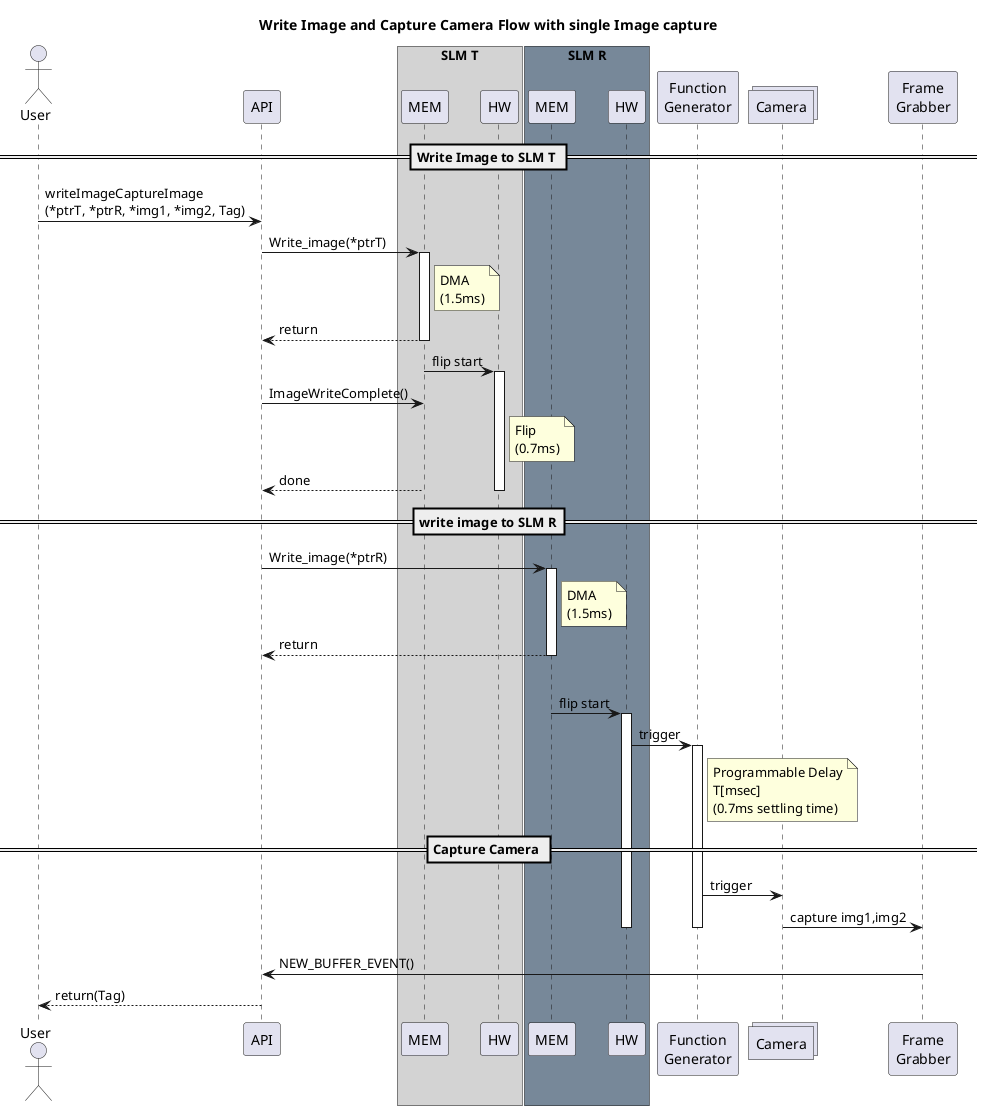
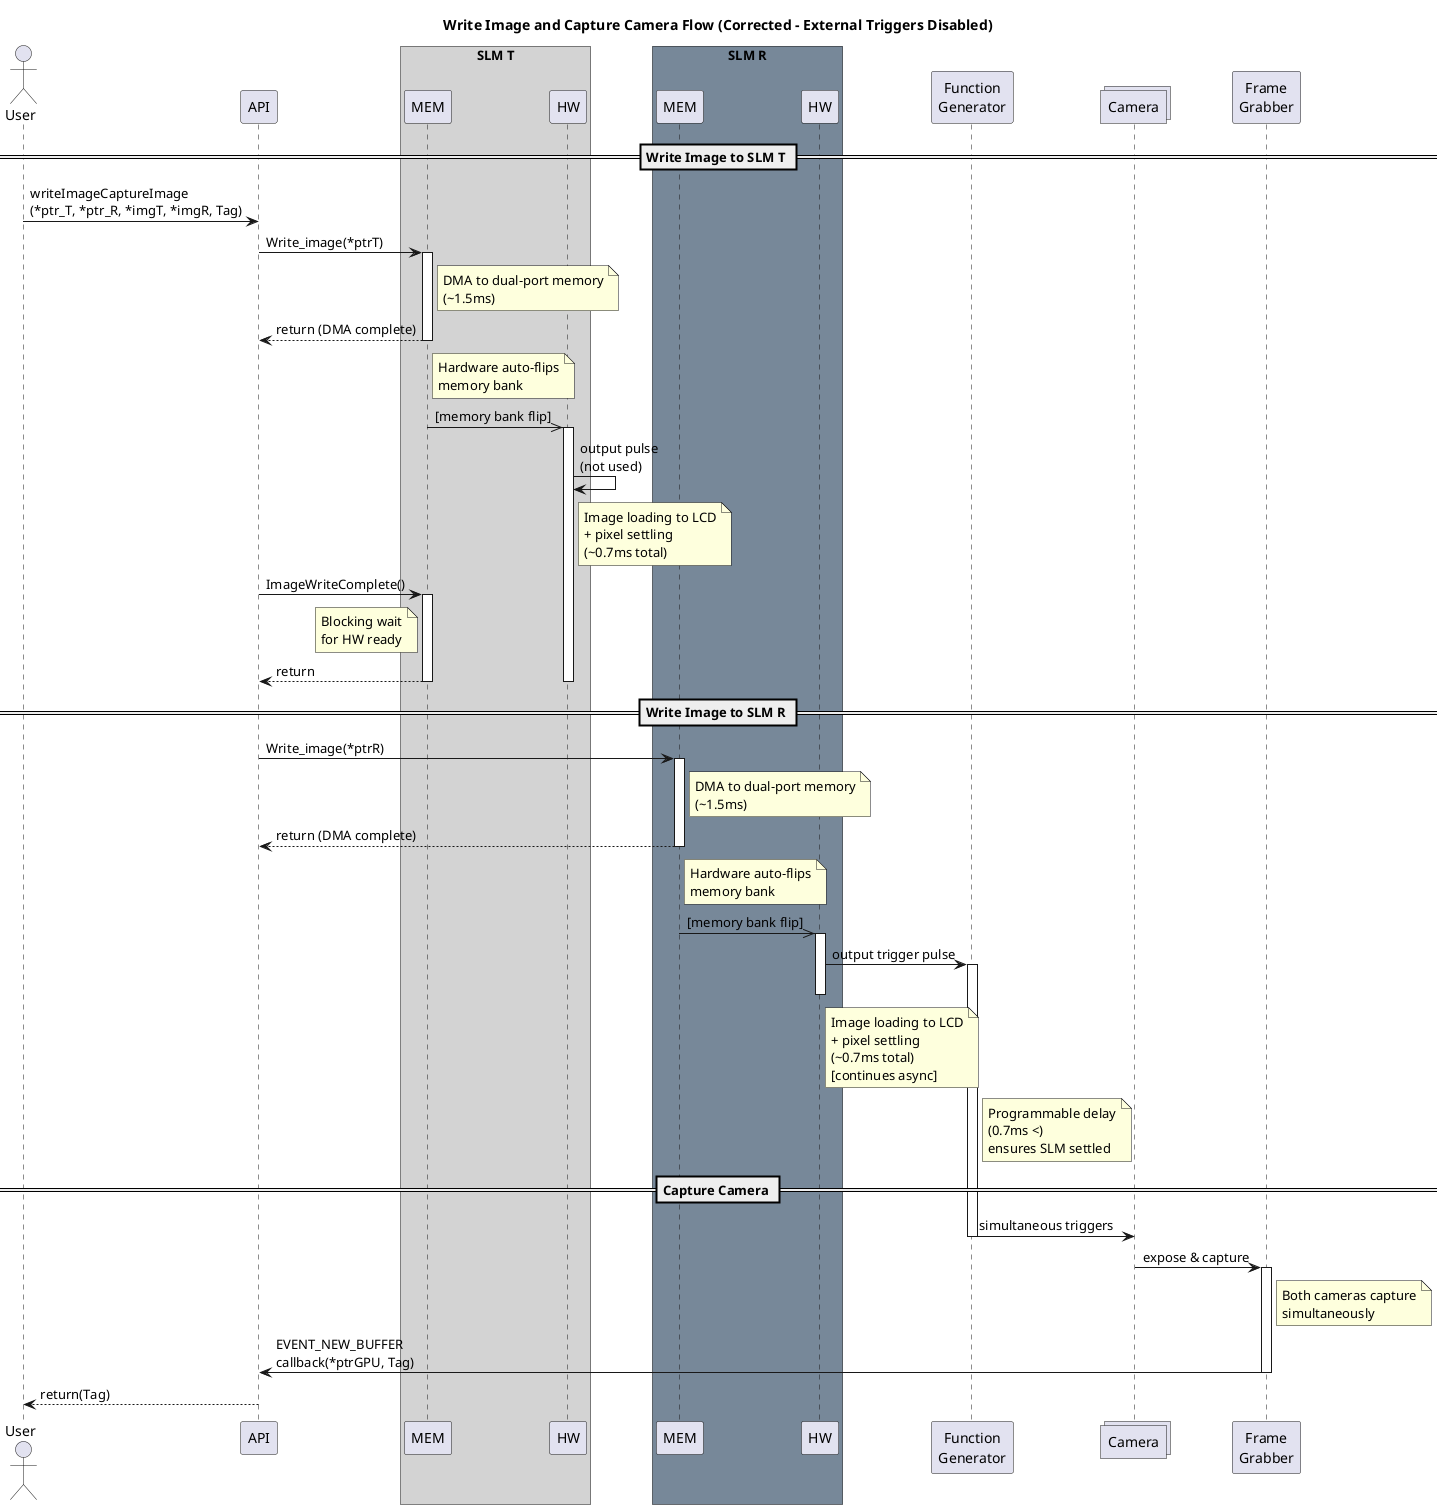
@startuml
- title Write Image and Capture Camera Flow with single Image capture
+ title Write Image and Capture Camera Flow (Corrected - External Triggers Disabled)

actor User
participant API

box "SLM T" #LightGray
participant "MEM" as slmT1
participant "HW" as slmT2
end box

box "SLM R" #LightSlateGray
participant "MEM" as slmR1
participant "HW" as slmR2
end box
participant "Function\nGenerator" as FG
collections Camera
participant "Frame\nGrabber" as GRABBER



== Write Image to SLM T ==
- User -> API : writeImageCaptureImage\n(*ptrT, *ptrR, *img1, *img2, Tag)
+ User -> API : writeImageCaptureImage\n(*ptr_T, *ptr_R, *imgT, *imgR, Tag)
+ 
API -> slmT1 : Write_image(*ptrT)
activate slmT1
- note right of slmT1 : DMA\n(1.5ms)
+ note right of slmT1 : DMA to dual-port memory\n(~1.5ms)
+ slmT1 --> API : return (DMA complete)
+ deactivate slmT1
+ 
+ note right of slmT1 : Hardware auto-flips\nmemory bank
+ slmT1 ->> slmT2 : [memory bank flip]
+ activate slmT2
+ slmT2 -> slmT2 : output pulse\n(not used)
+ note right of slmT2 : Image loading to LCD\n+ pixel settling\n(~0.7ms total)
+ 
+ API -> slmT1 : ImageWriteComplete()
+ activate slmT1
+ note left of slmT1 : Blocking wait\nfor HW ready
slmT1 --> API : return
deactivate slmT1
- slmT1 -> slmT2 : flip start
- activate slmT2
- API -> slmT1 :ImageWriteComplete()
- note right of slmT2 : Flip\n(0.7ms)
- slmT1 --> API : done
deactivate slmT2


- ==write image to SLM R==
+ == Write Image to SLM R ==
API -> slmR1 : Write_image(*ptrR)
activate slmR1
- note right of slmR1 : DMA\n(1.5ms)
- slmR1 --> API : return
+ note right of slmR1 : DMA to dual-port memory\n(~1.5ms)
+ slmR1 --> API : return (DMA complete)
deactivate slmR1
- par
- slmR1 -> slmR2  : flip start
+ 
+ note right of slmR1 : Hardware auto-flips\nmemory bank
+ slmR1 ->> slmR2 : [memory bank flip]
activate slmR2
- slmR2 -> FG : trigger
+ slmR2 -> FG : output trigger pulse
activate FG
- note right of FG : Programmable Delay\nT[msec]\n(0.7ms settling time)
+ 
+ note right of slmR2 : Image loading to LCD\n+ pixel settling\n(~0.7ms total)\n[continues async]
+ note right of FG : Programmable delay\n(0.7ms <)\nensures SLM settled
+ 
+ deactivate slmR2
== Capture Camera ==
- FG -> Camera : trigger
- Camera -> GRABBER : capture img1,img2
- deactivate slmR2
- ||15||
+ 
+ FG -> Camera : simultaneous triggers
deactivate FG

- GRABBER -> API : NEW_BUFFER_EVENT()
+ Camera -> GRABBER : expose & capture
+ activate GRABBER
+ note right of GRABBER : Both cameras capture\nsimultaneously
+ 
+ GRABBER -> API : EVENT_NEW_BUFFER\ncallback(*ptrGPU, Tag)
+ deactivate GRABBER
+ 
API --> User : return(Tag)

@enduml